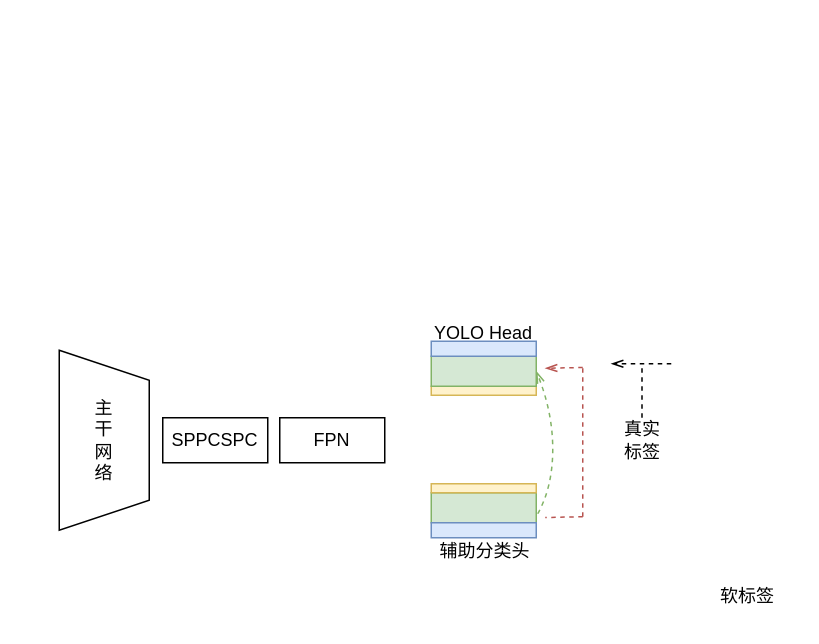
This is self_distillation.drawio from wangdayan/HuffmanTree, a draw.io file, before an edit. Source tidied: cells renumbered, new cells numbered last; positions are measured from the earlier drawing's top-left corner, leaving out a move shared by most shapes. Both pictures are drawn from the tidied source at 150%, with x=0, y=0 at pixel (14, 310).
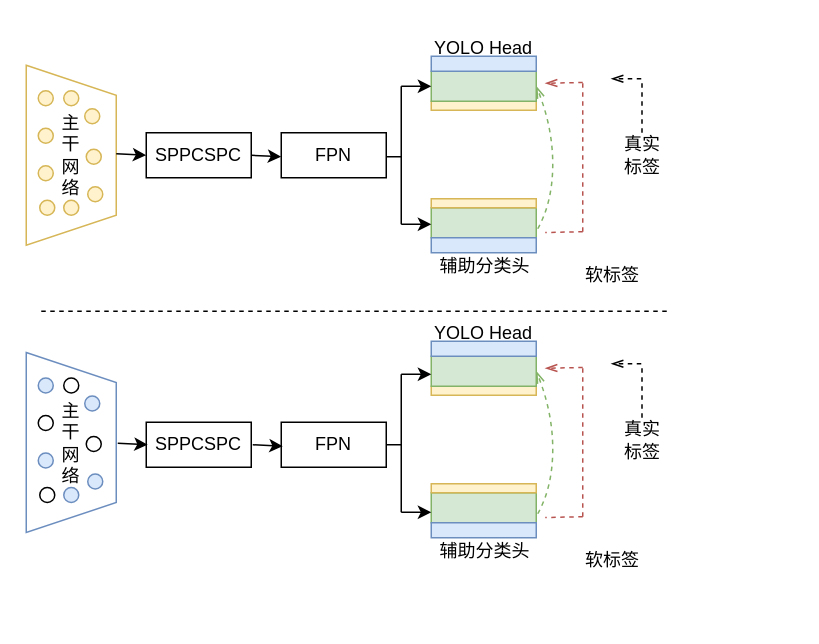
After the change.

Diff of the diagram source:
```diff
@@
-    <mxCell id="2" style="shape=trapezoid;perimeter=trapezoidPerimeter;whiteSpace=wrap;html=1;fixedSize=1;rotation=90;" parent="1" vertex="1">
-      <mxGeometry y="56" width="120" height="60" as="geometry" />
-    </mxCell>
-    <mxCell id="3" value="主&lt;div&gt;干&lt;/div&gt;&lt;div&gt;网&lt;/div&gt;&lt;div&gt;络&lt;/div&gt;" style="text;strokeColor=none;align=center;fillColor=none;html=1;verticalAlign=middle;whiteSpace=wrap;rounded=0;" parent="1" vertex="1">
-      <mxGeometry x="30" y="71" width="60" height="30" as="geometry" />
-    </mxCell>
     <mxCell id="4" value="SPPCSPC" style="rounded=0;whiteSpace=wrap;html=1;" parent="1" vertex="1">
-      <mxGeometry x="99" y="71" width="70" height="30" as="geometry" />
+      <mxGeometry x="88" y="74" width="70" height="30" as="geometry" />
     </mxCell>
     <mxCell id="5" value="FPN" style="rounded=0;whiteSpace=wrap;html=1;" parent="1" vertex="1">
-      <mxGeometry x="177" y="71" width="70" height="30" as="geometry" />
+      <mxGeometry x="178" y="74" width="70" height="30" as="geometry" />
     </mxCell>
@@
     <mxCell id="17" style="endArrow=openThin;html=1;rounded=0;dashed=1;endFill=0;" parent="1" edge="1">
       <mxGeometry relative="1" as="geometry">
-        <mxPoint x="438" y="35" as="sourcePoint" />
+        <mxPoint x="418" y="35" as="sourcePoint" />
         <mxPoint x="398" y="35" as="targetPoint" />
       </mxGeometry>
     </mxCell>
     <mxCell id="18" value="软标签" style="text;strokeColor=none;align=center;fillColor=none;html=1;verticalAlign=middle;whiteSpace=wrap;rounded=0;" parent="1" vertex="1">
-      <mxGeometry x="459" y="175" width="60" height="30" as="geometry" />
+      <mxGeometry x="369" y="151" width="60" height="30" as="geometry" />
     </mxCell>
@@
+    <mxCell id="22" style="shape=trapezoid;perimeter=trapezoidPerimeter;whiteSpace=wrap;html=1;fixedSize=1;rotation=90;fillColor=#FFFFFF;strokeColor=#d6b656;" parent="1" vertex="1">
+      <mxGeometry x="-22" y="-134" width="120" height="60" as="geometry" />
+    </mxCell>
+    <mxCell id="23" value="SPPCSPC" style="rounded=0;whiteSpace=wrap;html=1;" parent="1" vertex="1">
+      <mxGeometry x="88" y="-119" width="70" height="30" as="geometry" />
+    </mxCell>
+    <mxCell id="24" value="FPN" style="rounded=0;whiteSpace=wrap;html=1;" parent="1" vertex="1">
+      <mxGeometry x="178" y="-119" width="70" height="30" as="geometry" />
+    </mxCell>
+    <mxCell id="25" style="rounded=0;whiteSpace=wrap;html=1;fillColor=#d5e8d4;strokeColor=#82b366;" parent="1" vertex="1">
+      <mxGeometry x="278" y="-69" width="70" height="20" as="geometry" />
+    </mxCell>
+    <mxCell id="26" value="辅助分类头" style="text;strokeColor=none;align=center;fillColor=none;html=1;verticalAlign=middle;whiteSpace=wrap;rounded=0;" parent="1" vertex="1">
+      <mxGeometry x="279" y="-45" width="70" height="30" as="geometry" />
+    </mxCell>
+    <mxCell id="27" style="rounded=0;whiteSpace=wrap;html=1;fillColor=#dae8fc;strokeColor=#6c8ebf;" parent="1" vertex="1">
+      <mxGeometry x="278" y="-49" width="70" height="10" as="geometry" />
+    </mxCell>
+    <mxCell id="28" style="rounded=0;whiteSpace=wrap;html=1;fillColor=#fff2cc;strokeColor=#d6b656;" parent="1" vertex="1">
+      <mxGeometry x="278" y="-140" width="70" height="6" as="geometry" />
+    </mxCell>
+    <mxCell id="29" style="rounded=0;whiteSpace=wrap;html=1;fillColor=#d5e8d4;strokeColor=#82b366;" parent="1" vertex="1">
+      <mxGeometry x="278" y="-160" width="70" height="20" as="geometry" />
+    </mxCell>
+    <mxCell id="30" style="rounded=0;whiteSpace=wrap;html=1;fillColor=#dae8fc;strokeColor=#6c8ebf;" parent="1" vertex="1">
+      <mxGeometry x="278" y="-170" width="70" height="10" as="geometry" />
+    </mxCell>
+    <mxCell id="31" style="curved=1;endArrow=openThin;html=1;rounded=0;entryX=1;entryY=0.5;entryDx=0;entryDy=0;fillColor=#d5e8d4;strokeColor=#82b366;dashed=1;endFill=0;" parent="1" edge="1" target="29">
+      <mxGeometry relative="1" as="geometry">
+        <mxPoint x="349" y="-55" as="sourcePoint" />
+        <Array as="points">
+          <mxPoint x="359" y="-73" />
+          <mxPoint x="359" y="-123" />
+        </Array>
+      </mxGeometry>
+    </mxCell>
+    <mxCell id="32" style="rounded=0;whiteSpace=wrap;html=1;fillColor=#fff2cc;strokeColor=#d6b656;" parent="1" vertex="1">
+      <mxGeometry x="278" y="-75" width="70" height="6" as="geometry" />
+    </mxCell>
+    <mxCell id="33" value="YOLO&amp;nbsp;Head" style="text;strokeColor=none;align=center;fillColor=none;html=1;verticalAlign=middle;whiteSpace=wrap;rounded=0;" parent="1" vertex="1">
+      <mxGeometry x="283" y="-190" width="60" height="30" as="geometry" />
+    </mxCell>
+    <mxCell id="34" value="真实&lt;div&gt;标签&lt;/div&gt;" style="text;strokeColor=none;align=center;fillColor=none;html=1;verticalAlign=middle;whiteSpace=wrap;rounded=0;" parent="1" vertex="1">
+      <mxGeometry x="389" y="-119" width="60" height="30" as="geometry" />
+    </mxCell>
+    <mxCell id="35" style="endArrow=none;html=1;rounded=0;dashed=1;" parent="1" edge="1">
+      <mxGeometry relative="1" as="geometry">
+        <mxPoint x="418.5" y="-119" as="sourcePoint" />
+        <mxPoint x="418.5" y="-155" as="targetPoint" />
+      </mxGeometry>
+    </mxCell>
+    <mxCell id="36" style="endArrow=openThin;html=1;rounded=0;dashed=1;endFill=0;" parent="1" edge="1">
+      <mxGeometry relative="1" as="geometry">
+        <mxPoint x="418" y="-155" as="sourcePoint" />
+        <mxPoint x="398" y="-155" as="targetPoint" />
+      </mxGeometry>
+    </mxCell>
+    <mxCell id="37" value="软标签" style="text;strokeColor=none;align=center;fillColor=none;html=1;verticalAlign=middle;whiteSpace=wrap;rounded=0;" parent="1" vertex="1">
+      <mxGeometry x="369" y="-39" width="60" height="30" as="geometry" />
+    </mxCell>
+    <mxCell id="38" style="endArrow=none;html=1;rounded=0;dashed=1;fillColor=#f8cecc;strokeColor=#b85450;" parent="1" edge="1">
+      <mxGeometry relative="1" as="geometry">
+        <mxPoint x="379" y="-53" as="sourcePoint" />
+        <mxPoint x="379" y="-153" as="targetPoint" />
+      </mxGeometry>
+    </mxCell>
+    <mxCell id="39" style="endArrow=none;html=1;rounded=0;dashed=1;endFill=0;fillColor=#f8cecc;strokeColor=#b85450;startFill=0;" parent="1" edge="1">
+      <mxGeometry relative="1" as="geometry">
+        <mxPoint x="379" y="-53" as="sourcePoint" />
+        <mxPoint x="354" y="-52.5" as="targetPoint" />
+      </mxGeometry>
+    </mxCell>
+    <mxCell id="40" style="endArrow=openThin;html=1;rounded=0;dashed=1;endFill=0;fillColor=#f8cecc;strokeColor=#b85450;" parent="1" edge="1">
+      <mxGeometry relative="1" as="geometry">
+        <mxPoint x="379" y="-152.5" as="sourcePoint" />
+        <mxPoint x="354" y="-152" as="targetPoint" />
+      </mxGeometry>
+    </mxCell>
+    <mxCell id="3" value="主&lt;div&gt;干&lt;/div&gt;&lt;div&gt;网&lt;/div&gt;&lt;div&gt;络&lt;/div&gt;" style="text;strokeColor=none;align=center;fillColor=none;html=1;verticalAlign=middle;whiteSpace=wrap;rounded=0;" parent="1" vertex="1">
+      <mxGeometry x="8" y="-119" width="60" height="30" as="geometry" />
+    </mxCell>
+    <mxCell id="41" style="endArrow=none;dashed=1;html=1;rounded=0;" parent="1" edge="1">
+      <mxGeometry relative="1" as="geometry">
+        <mxPoint x="18" as="sourcePoint" />
+        <mxPoint x="438" as="targetPoint" />
+      </mxGeometry>
+    </mxCell>
+    <mxCell id="42" style="ellipse;whiteSpace=wrap;html=1;fillColor=#fff2cc;strokeColor=#d6b656;" parent="1" vertex="1">
+      <mxGeometry x="16" y="-147" width="10" height="10" as="geometry" />
+    </mxCell>
+    <mxCell id="43" style="ellipse;whiteSpace=wrap;html=1;fillColor=#fff2cc;strokeColor=#d6b656;" parent="1" vertex="1">
+      <mxGeometry x="47" y="-135" width="10" height="10" as="geometry" />
+    </mxCell>
+    <mxCell id="44" style="ellipse;whiteSpace=wrap;html=1;fillColor=#fff2cc;strokeColor=#d6b656;" parent="1" vertex="1">
+      <mxGeometry x="16" y="-122" width="10" height="10" as="geometry" />
+    </mxCell>
+    <mxCell id="45" style="ellipse;whiteSpace=wrap;html=1;fillColor=#fff2cc;strokeColor=#d6b656;" parent="1" vertex="1">
+      <mxGeometry x="48" y="-108" width="10" height="10" as="geometry" />
+    </mxCell>
+    <mxCell id="46" style="ellipse;whiteSpace=wrap;html=1;fillColor=#fff2cc;strokeColor=#d6b656;" parent="1" vertex="1">
+      <mxGeometry x="16" y="-97" width="10" height="10" as="geometry" />
+    </mxCell>
+    <mxCell id="47" style="ellipse;whiteSpace=wrap;html=1;fillColor=#fff2cc;strokeColor=#d6b656;" parent="1" vertex="1">
+      <mxGeometry x="49" y="-83" width="10" height="10" as="geometry" />
+    </mxCell>
+    <mxCell id="48" style="ellipse;whiteSpace=wrap;html=1;fillColor=#fff2cc;strokeColor=#d6b656;" parent="1" vertex="1">
+      <mxGeometry x="17" y="-74" width="10" height="10" as="geometry" />
+    </mxCell>
+    <mxCell id="49" style="ellipse;whiteSpace=wrap;html=1;fillColor=#fff2cc;strokeColor=#d6b656;" parent="1" vertex="1">
+      <mxGeometry x="33" y="-74" width="10" height="10" as="geometry" />
+    </mxCell>
+    <mxCell id="50" style="ellipse;whiteSpace=wrap;html=1;fillColor=#fff2cc;strokeColor=#d6b656;" parent="1" vertex="1">
+      <mxGeometry x="33" y="-147" width="10" height="10" as="geometry" />
+    </mxCell>
+    <mxCell id="51" style="shape=trapezoid;perimeter=trapezoidPerimeter;whiteSpace=wrap;html=1;fixedSize=1;rotation=90;fillColor=#FFFFFF;strokeColor=#6c8ebf;" parent="1" vertex="1">
+      <mxGeometry x="-22" y="57.5" width="120" height="60" as="geometry" />
+    </mxCell>
+    <mxCell id="52" value="主&lt;div&gt;干&lt;/div&gt;&lt;div&gt;网&lt;/div&gt;&lt;div&gt;络&lt;/div&gt;" style="text;strokeColor=none;align=center;fillColor=none;html=1;verticalAlign=middle;whiteSpace=wrap;rounded=0;" parent="1" vertex="1">
+      <mxGeometry x="8" y="72.5" width="60" height="30" as="geometry" />
+    </mxCell>
+    <mxCell id="53" style="ellipse;whiteSpace=wrap;html=1;fillColor=#dae8fc;strokeColor=#6c8ebf;" parent="1" vertex="1">
+      <mxGeometry x="16" y="44.5" width="10" height="10" as="geometry" />
+    </mxCell>
+    <mxCell id="54" style="ellipse;whiteSpace=wrap;html=1;fillColor=#dae8fc;strokeColor=#6c8ebf;" parent="1" vertex="1">
+      <mxGeometry x="47" y="56.5" width="10" height="10" as="geometry" />
+    </mxCell>
+    <mxCell id="55" style="ellipse;whiteSpace=wrap;html=1;" parent="1" vertex="1">
+      <mxGeometry x="16" y="69.5" width="10" height="10" as="geometry" />
+    </mxCell>
+    <mxCell id="56" style="ellipse;whiteSpace=wrap;html=1;" parent="1" vertex="1">
+      <mxGeometry x="48" y="83.5" width="10" height="10" as="geometry" />
+    </mxCell>
+    <mxCell id="57" style="ellipse;whiteSpace=wrap;html=1;fillColor=#dae8fc;strokeColor=#6c8ebf;" parent="1" vertex="1">
+      <mxGeometry x="16" y="94.5" width="10" height="10" as="geometry" />
+    </mxCell>
+    <mxCell id="58" style="ellipse;whiteSpace=wrap;html=1;fillColor=#dae8fc;strokeColor=#6c8ebf;" parent="1" vertex="1">
+      <mxGeometry x="49" y="108.5" width="10" height="10" as="geometry" />
+    </mxCell>
+    <mxCell id="59" style="ellipse;whiteSpace=wrap;html=1;" parent="1" vertex="1">
+      <mxGeometry x="17" y="117.5" width="10" height="10" as="geometry" />
+    </mxCell>
+    <mxCell id="60" style="ellipse;whiteSpace=wrap;html=1;fillColor=#dae8fc;strokeColor=#6c8ebf;" parent="1" vertex="1">
+      <mxGeometry x="33" y="117.5" width="10" height="10" as="geometry" />
+    </mxCell>
+    <mxCell id="61" style="ellipse;whiteSpace=wrap;html=1;fillColor=#FFFFFF;" parent="1" vertex="1">
+      <mxGeometry x="33" y="44.5" width="10" height="10" as="geometry" />
+    </mxCell>
+    <mxCell id="62" style="endArrow=classic;html=1;rounded=0;entryX=0;entryY=0.5;entryDx=0;entryDy=0;" parent="1" edge="1" target="23">
+      <mxGeometry relative="1" as="geometry">
+        <mxPoint x="68" y="-105" as="sourcePoint" />
+      </mxGeometry>
+    </mxCell>
+    <mxCell id="63" style="endArrow=classic;html=1;rounded=0;entryX=0;entryY=0.5;entryDx=0;entryDy=0;" parent="1" edge="1">
+      <mxGeometry relative="1" as="geometry">
+        <mxPoint x="69" y="88" as="sourcePoint" />
+        <mxPoint x="89" y="89" as="targetPoint" />
+      </mxGeometry>
+    </mxCell>
+    <mxCell id="64" style="endArrow=classic;html=1;rounded=0;entryX=0;entryY=0.5;entryDx=0;entryDy=0;" parent="1" edge="1">
+      <mxGeometry relative="1" as="geometry">
+        <mxPoint x="158" y="-104" as="sourcePoint" />
+        <mxPoint x="178" y="-103" as="targetPoint" />
+      </mxGeometry>
+    </mxCell>
+    <mxCell id="65" style="endArrow=classic;html=1;rounded=0;entryX=0;entryY=0.5;entryDx=0;entryDy=0;" parent="1" edge="1">
+      <mxGeometry relative="1" as="geometry">
+        <mxPoint x="159" y="89" as="sourcePoint" />
+        <mxPoint x="179" y="90" as="targetPoint" />
+      </mxGeometry>
+    </mxCell>
+    <mxCell id="66" style="endArrow=none;html=1;rounded=0;startSize=6;" parent="1" edge="1">
+      <mxGeometry relative="1" as="geometry">
+        <mxPoint x="258" y="-58" as="sourcePoint" />
+        <mxPoint x="258" y="-150" as="targetPoint" />
+      </mxGeometry>
+    </mxCell>
+    <mxCell id="67" style="endArrow=classic;html=1;rounded=0;entryX=0;entryY=0.5;entryDx=0;entryDy=0;" parent="1" edge="1" target="29">
+      <mxGeometry relative="1" as="geometry">
+        <mxPoint x="258" y="-150" as="sourcePoint" />
+      </mxGeometry>
+    </mxCell>
+    <mxCell id="68" style="endArrow=classic;html=1;rounded=0;entryX=0;entryY=0.5;entryDx=0;entryDy=0;" parent="1" edge="1">
+      <mxGeometry relative="1" as="geometry">
+        <mxPoint x="258" y="-58" as="sourcePoint" />
+        <mxPoint x="278" y="-58" as="targetPoint" />
+      </mxGeometry>
+    </mxCell>
+    <mxCell id="69" style="endArrow=none;html=1;rounded=0;" parent="1" edge="1">
+      <mxGeometry relative="1" as="geometry">
+        <mxPoint x="248" y="-103" as="sourcePoint" />
+        <mxPoint x="258" y="-103" as="targetPoint" />
+      </mxGeometry>
+    </mxCell>
+    <mxCell id="70" style="endArrow=none;html=1;rounded=0;startSize=6;" parent="1" edge="1">
+      <mxGeometry relative="1" as="geometry">
+        <mxPoint x="258" y="134" as="sourcePoint" />
+        <mxPoint x="258" y="42" as="targetPoint" />
+      </mxGeometry>
+    </mxCell>
+    <mxCell id="71" style="endArrow=classic;html=1;rounded=0;entryX=0;entryY=0.5;entryDx=0;entryDy=0;" parent="1" edge="1">
+      <mxGeometry relative="1" as="geometry">
+        <mxPoint x="258" y="42" as="sourcePoint" />
+        <mxPoint x="278" y="42" as="targetPoint" />
+      </mxGeometry>
+    </mxCell>
+    <mxCell id="72" style="endArrow=classic;html=1;rounded=0;entryX=0;entryY=0.5;entryDx=0;entryDy=0;" parent="1" edge="1">
+      <mxGeometry relative="1" as="geometry">
+        <mxPoint x="258" y="134" as="sourcePoint" />
+        <mxPoint x="278" y="134" as="targetPoint" />
+      </mxGeometry>
+    </mxCell>
+    <mxCell id="73" style="endArrow=none;html=1;rounded=0;" parent="1" edge="1">
+      <mxGeometry relative="1" as="geometry">
+        <mxPoint x="248" y="89" as="sourcePoint" />
+        <mxPoint x="258" y="89" as="targetPoint" />
+      </mxGeometry>
+    </mxCell>
```
